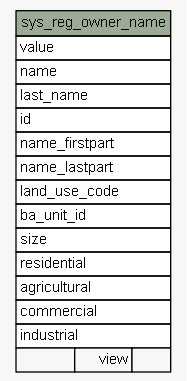
Above: doc/administrative/diagrams/summary/sys_reg_owner_name.1degree.png in SOLA-SR-FAO/database (Graphviz), before the change. Its source is kept beside it as doc/administrative/diagrams/summary/sys_reg_owner_name.1degree.dot. The source it was exported from:
```dot
digraph "sys_reg_owner_name" {
  graph [
    rankdir="RL"
    bgcolor="#f7f7f7"
    nodesep="0.18"
    ranksep="0.46"
    fontname="Helvetica"
    fontsize="11"
  ];
  node [
    fontname="Helvetica"
    fontsize="11"
    shape="plaintext"
  ];
  edge [
    arrowsize="0.8"
  ];
  "sys_reg_owner_name" [
    label=<
    <TABLE BORDER="0" CELLBORDER="1" CELLSPACING="0" BGCOLOR="#ffffff">
      <TR><TD COLSPAN="3" BGCOLOR="#9bab96" ALIGN="CENTER">sys_reg_owner_name</TD></TR>
      <TR><TD PORT="value" COLSPAN="3" ALIGN="LEFT">value</TD></TR>
      <TR><TD PORT="name" COLSPAN="3" ALIGN="LEFT">name</TD></TR>
      <TR><TD PORT="last_name" COLSPAN="3" ALIGN="LEFT">last_name</TD></TR>
      <TR><TD PORT="id" COLSPAN="3" ALIGN="LEFT">id</TD></TR>
      <TR><TD PORT="name_firstpart" COLSPAN="3" ALIGN="LEFT">name_firstpart</TD></TR>
      <TR><TD PORT="name_lastpart" COLSPAN="3" ALIGN="LEFT">name_lastpart</TD></TR>
      <TR><TD PORT="land_use_code" COLSPAN="3" ALIGN="LEFT">land_use_code</TD></TR>
      <TR><TD PORT="ba_unit_id" COLSPAN="3" ALIGN="LEFT">ba_unit_id</TD></TR>
      <TR><TD PORT="size" COLSPAN="3" ALIGN="LEFT">size</TD></TR>
      <TR><TD PORT="residential" COLSPAN="3" ALIGN="LEFT">residential</TD></TR>
      <TR><TD PORT="agricultural" COLSPAN="3" ALIGN="LEFT">agricultural</TD></TR>
      <TR><TD PORT="commercial" COLSPAN="3" ALIGN="LEFT">commercial</TD></TR>
      <TR><TD PORT="industrial" COLSPAN="3" ALIGN="LEFT">industrial</TD></TR>
      <TR><TD ALIGN="LEFT" BGCOLOR="#f7f7f7">  </TD><TD ALIGN="RIGHT" BGCOLOR="#f7f7f7">view</TD><TD ALIGN="RIGHT" BGCOLOR="#f7f7f7">  </TD></TR>
    </TABLE>>
    URL="tables/sys_reg_owner_name.html"
    tooltip="sys_reg_owner_name"
  ];
}
```
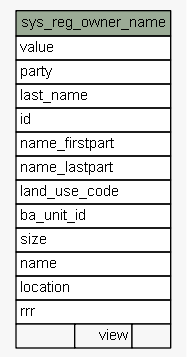
After the change.

Change to the diagram source:
```diff
@@ -20,7 +20,7 @@
     <TABLE BORDER="0" CELLBORDER="1" CELLSPACING="0" BGCOLOR="#ffffff">
       <TR><TD COLSPAN="3" BGCOLOR="#9bab96" ALIGN="CENTER">sys_reg_owner_name</TD></TR>
       <TR><TD PORT="value" COLSPAN="3" ALIGN="LEFT">value</TD></TR>
-      <TR><TD PORT="name" COLSPAN="3" ALIGN="LEFT">name</TD></TR>
+      <TR><TD PORT="party" COLSPAN="3" ALIGN="LEFT">party</TD></TR>
       <TR><TD PORT="last_name" COLSPAN="3" ALIGN="LEFT">last_name</TD></TR>
       <TR><TD PORT="id" COLSPAN="3" ALIGN="LEFT">id</TD></TR>
       <TR><TD PORT="name_firstpart" COLSPAN="3" ALIGN="LEFT">name_firstpart</TD></TR>
@@ -28,10 +28,9 @@
       <TR><TD PORT="land_use_code" COLSPAN="3" ALIGN="LEFT">land_use_code</TD></TR>
       <TR><TD PORT="ba_unit_id" COLSPAN="3" ALIGN="LEFT">ba_unit_id</TD></TR>
       <TR><TD PORT="size" COLSPAN="3" ALIGN="LEFT">size</TD></TR>
-      <TR><TD PORT="residential" COLSPAN="3" ALIGN="LEFT">residential</TD></TR>
-      <TR><TD PORT="agricultural" COLSPAN="3" ALIGN="LEFT">agricultural</TD></TR>
-      <TR><TD PORT="commercial" COLSPAN="3" ALIGN="LEFT">commercial</TD></TR>
-      <TR><TD PORT="industrial" COLSPAN="3" ALIGN="LEFT">industrial</TD></TR>
+      <TR><TD PORT="name" COLSPAN="3" ALIGN="LEFT">name</TD></TR>
+      <TR><TD PORT="location" COLSPAN="3" ALIGN="LEFT">location</TD></TR>
+      <TR><TD PORT="rrr" COLSPAN="3" ALIGN="LEFT">rrr</TD></TR>
       <TR><TD ALIGN="LEFT" BGCOLOR="#f7f7f7">  </TD><TD ALIGN="RIGHT" BGCOLOR="#f7f7f7">view</TD><TD ALIGN="RIGHT" BGCOLOR="#f7f7f7">  </TD></TR>
     </TABLE>>
     URL="tables/sys_reg_owner_name.html"
```
